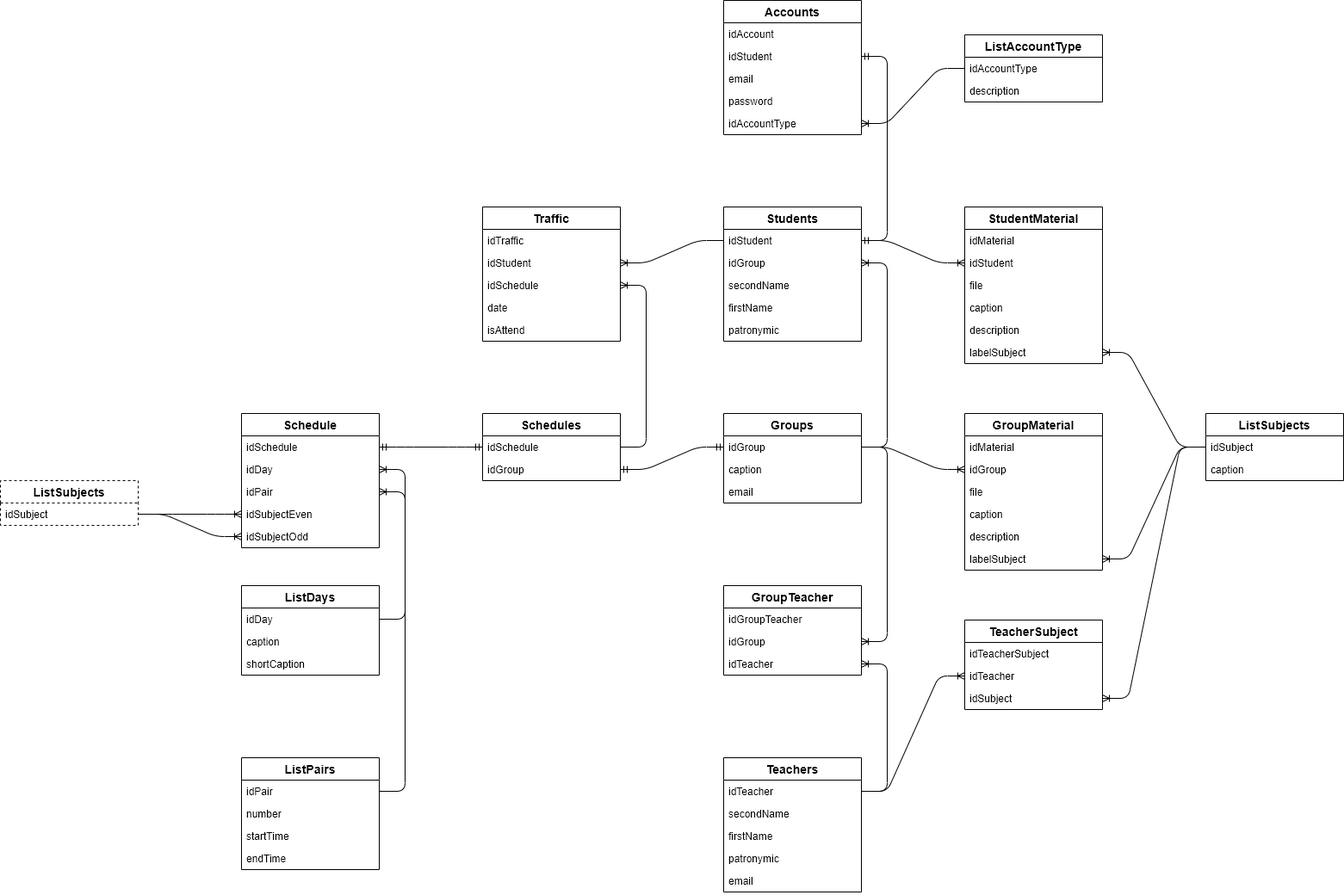
Crutches-Bicycles/StudyHelper keeps this draw.io diagram as documentation/database/media/database_logic_scheme_1.png. Above is the earlier version. Source tidied: cells renumbered, new cells last; positions are measured from the earlier drawing's top-left corner, leaving out a move shared by most shapes.
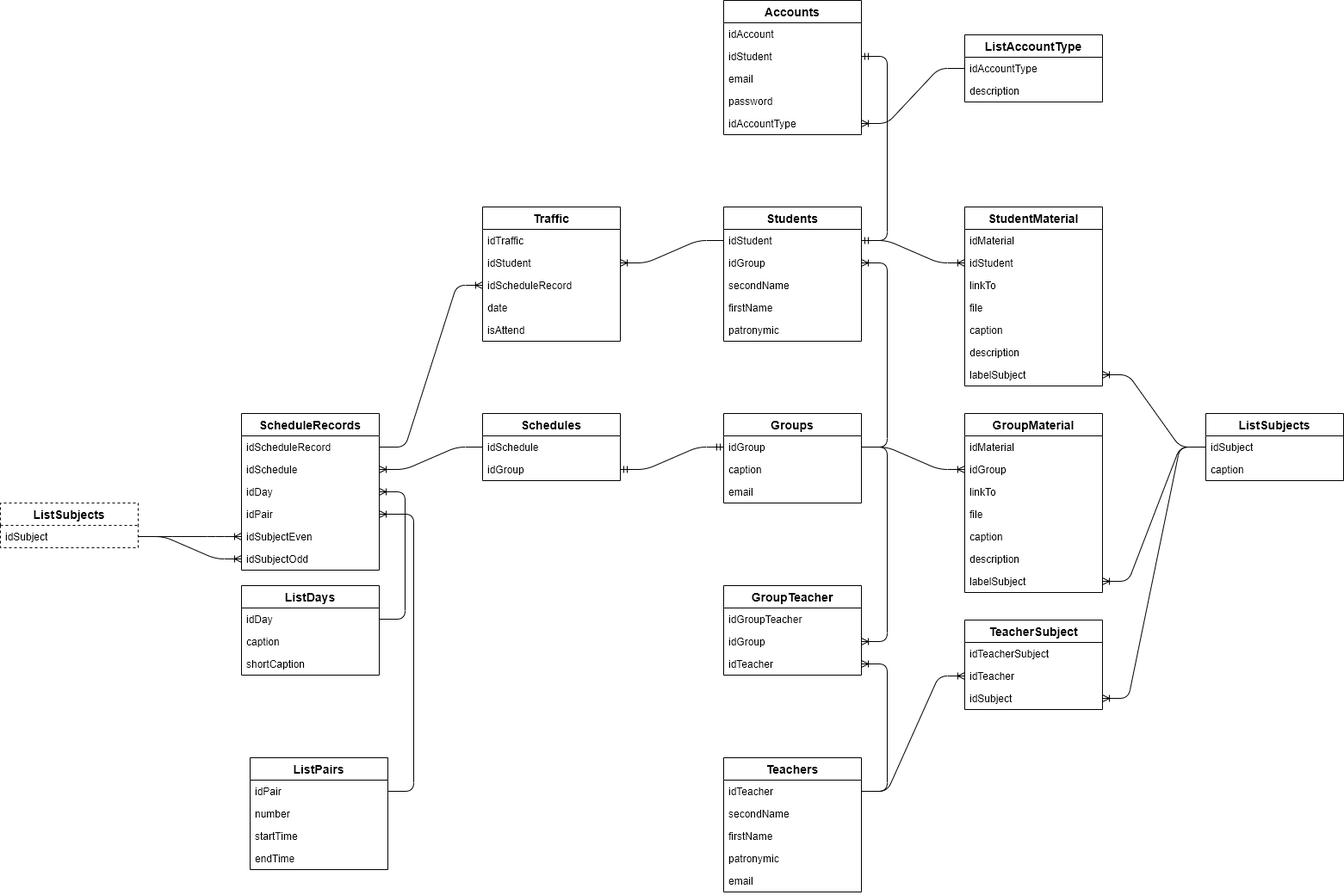
After the change.

The edit, as a diff of the source:
```diff
@@ -44,9 +44,6 @@
     <mxCell id="15" style="edgeStyle=entityRelationEdgeStyle;fontSize=12;html=1;endArrow=ERoneToMany;" parent="1" edge="1" source="91" target="85">
       <mxGeometry relative="1" as="geometry" />
     </mxCell>
-    <mxCell id="16" style="edgeStyle=entityRelationEdgeStyle;fontSize=12;html=1;endArrow=ERmandOne;startArrow=ERmandOne;" parent="1" edge="1" source="81" target="78">
-      <mxGeometry relative="1" as="geometry" />
-    </mxCell>
     <mxCell id="17" style="edgeStyle=entityRelationEdgeStyle;fontSize=12;html=1;endArrow=ERoneToMany;" parent="1" edge="1" source="87" target="82">
       <mxGeometry relative="1" as="geometry" />
     </mxCell>
@@ -74,7 +71,7 @@
     <mxCell id="25" style="edgeStyle=entityRelationEdgeStyle;fontSize=12;html=1;endArrow=ERoneToMany;" parent="1" edge="1" source="20" target="73">
       <mxGeometry relative="1" as="geometry" />
     </mxCell>
-    <mxCell id="26" style="edgeStyle=entityRelationEdgeStyle;fontSize=12;html=1;endArrow=ERoneToMany;" parent="1" edge="1" source="78" target="74">
+    <mxCell id="26" style="edgeStyle=entityRelationEdgeStyle;fontSize=12;html=1;endArrow=ERoneToMany;" parent="1" edge="1" source="99" target="74">
       <mxGeometry relative="1" as="geometry" />
     </mxCell>
     <mxCell id="27" value="ListAccountType" style="swimlane;fontStyle=1;horizontal=1;startSize=26;align=center;fontSize=14;" parent="1" vertex="1">
@@ -87,7 +84,7 @@
       <mxGeometry y="52" width="160" height="26" as="geometry" />
     </mxCell>
     <mxCell id="30" value="StudentMaterial" style="swimlane;fontStyle=1;horizontal=1;startSize=26;align=center;fontSize=14;" parent="1" vertex="1">
-      <mxGeometry x="1120" y="240" width="160" height="182" as="geometry" />
+      <mxGeometry x="1120" y="240" width="160" height="208" as="geometry" />
     </mxCell>
     <mxCell id="31" value="idMaterial" style="text;strokeColor=none;fillColor=none;spacingLeft=4;spacingRight=4;overflow=hidden;fontSize=12;" parent="30" vertex="1">
       <mxGeometry y="26" width="160" height="26" as="geometry" />
@@ -95,20 +92,23 @@
     <mxCell id="32" value="idStudent" style="text;strokeColor=none;fillColor=none;spacingLeft=4;spacingRight=4;overflow=hidden;points=[[0,0.5],[1,0.5]];portConstraint=eastwest;fontSize=12;" parent="30" vertex="1">
       <mxGeometry y="52" width="160" height="26" as="geometry" />
     </mxCell>
+    <mxCell id="97" value="linkTo" style="text;strokeColor=none;fillColor=none;spacingLeft=4;spacingRight=4;overflow=hidden;fontSize=12;" parent="30" vertex="1">
+      <mxGeometry y="78" width="160" height="26" as="geometry" />
+    </mxCell>
     <mxCell id="33" value="file" style="text;strokeColor=none;fillColor=none;spacingLeft=4;spacingRight=4;overflow=hidden;fontSize=12;" parent="30" vertex="1">
-      <mxGeometry y="78" width="160" height="26" as="geometry" />
+      <mxGeometry y="104" width="160" height="26" as="geometry" />
     </mxCell>
     <mxCell id="34" value="caption" style="text;strokeColor=none;fillColor=none;spacingLeft=4;spacingRight=4;overflow=hidden;fontSize=12;" parent="30" vertex="1">
-      <mxGeometry y="104" width="160" height="26" as="geometry" />
+      <mxGeometry y="130" width="160" height="26" as="geometry" />
     </mxCell>
     <mxCell id="35" value="description" style="text;strokeColor=none;fillColor=none;spacingLeft=4;spacingRight=4;overflow=hidden;fontSize=12;" parent="30" vertex="1">
-      <mxGeometry y="130" width="160" height="26" as="geometry" />
+      <mxGeometry y="156" width="160" height="26" as="geometry" />
     </mxCell>
     <mxCell id="36" value="labelSubject" style="text;strokeColor=none;fillColor=none;spacingLeft=4;spacingRight=4;overflow=hidden;points=[[0,0.5],[1,0.5]];portConstraint=eastwest;fontSize=12;" parent="30" vertex="1">
-      <mxGeometry y="156" width="160" height="26" as="geometry" />
+      <mxGeometry y="182" width="160" height="26" as="geometry" />
     </mxCell>
     <mxCell id="37" value="GroupMaterial" style="swimlane;fontStyle=1;horizontal=1;startSize=26;align=center;fontSize=14;" parent="1" vertex="1">
-      <mxGeometry x="1120" y="480" width="160" height="182" as="geometry" />
+      <mxGeometry x="1120" y="480" width="160" height="208" as="geometry" />
     </mxCell>
     <mxCell id="38" value="idMaterial" style="text;strokeColor=none;fillColor=none;spacingLeft=4;spacingRight=4;overflow=hidden;fontSize=12;" parent="37" vertex="1">
       <mxGeometry y="26" width="160" height="26" as="geometry" />
@@ -116,17 +116,20 @@
     <mxCell id="39" value="idGroup" style="text;strokeColor=none;fillColor=none;spacingLeft=4;spacingRight=4;overflow=hidden;points=[[0,0.5],[1,0.5]];portConstraint=eastwest;fontSize=12;" parent="37" vertex="1">
       <mxGeometry y="52" width="160" height="26" as="geometry" />
     </mxCell>
+    <mxCell id="98" value="linkTo" style="text;strokeColor=none;fillColor=none;spacingLeft=4;spacingRight=4;overflow=hidden;fontSize=12;" parent="37" vertex="1">
+      <mxGeometry y="78" width="160" height="26" as="geometry" />
+    </mxCell>
     <mxCell id="40" value="file" style="text;strokeColor=none;fillColor=none;spacingLeft=4;spacingRight=4;overflow=hidden;fontSize=12;" parent="37" vertex="1">
-      <mxGeometry y="78" width="160" height="26" as="geometry" />
+      <mxGeometry y="104" width="160" height="26" as="geometry" />
     </mxCell>
     <mxCell id="41" value="caption" style="text;strokeColor=none;fillColor=none;spacingLeft=4;spacingRight=4;overflow=hidden;fontSize=12;" parent="37" vertex="1">
-      <mxGeometry y="104" width="160" height="26" as="geometry" />
+      <mxGeometry y="130" width="160" height="26" as="geometry" />
     </mxCell>
     <mxCell id="42" value="description" style="text;strokeColor=none;fillColor=none;spacingLeft=4;spacingRight=4;overflow=hidden;fontSize=12;" parent="37" vertex="1">
-      <mxGeometry y="130" width="160" height="26" as="geometry" />
+      <mxGeometry y="156" width="160" height="26" as="geometry" />
     </mxCell>
     <mxCell id="43" value="labelSubject" style="text;strokeColor=none;fillColor=none;spacingLeft=4;spacingRight=4;overflow=hidden;points=[[0,0.5],[1,0.5]];portConstraint=eastwest;fontSize=12;" parent="37" vertex="1">
-      <mxGeometry y="156" width="160" height="26" as="geometry" />
+      <mxGeometry y="182" width="160" height="26" as="geometry" />
     </mxCell>
     <mxCell id="44" value="ListSubjects" style="swimlane;fontStyle=1;horizontal=1;startSize=26;align=center;fontSize=14;" parent="1" vertex="1">
       <mxGeometry x="1400" y="480" width="160" height="78" as="geometry" />
@@ -218,7 +221,7 @@
     <mxCell id="73" value="idStudent" style="text;strokeColor=none;fillColor=none;spacingLeft=4;spacingRight=4;overflow=hidden;points=[[0,0.5],[1,0.5]];portConstraint=eastwest;fontSize=12;" parent="71" vertex="1">
       <mxGeometry y="52" width="160" height="26" as="geometry" />
     </mxCell>
-    <mxCell id="74" value="idSchedule" style="text;strokeColor=none;fillColor=none;spacingLeft=4;spacingRight=4;overflow=hidden;points=[[0,0.5],[1,0.5]];portConstraint=eastwest;fontSize=12;" parent="71" vertex="1">
+    <mxCell id="74" value="idScheduleRecord" style="text;strokeColor=none;fillColor=none;spacingLeft=4;spacingRight=4;overflow=hidden;points=[[0,0.5],[1,0.5]];portConstraint=eastwest;fontSize=12;" parent="71" vertex="1">
       <mxGeometry y="78" width="160" height="26" as="geometry" />
     </mxCell>
     <mxCell id="75" value="date" style="text;strokeColor=none;fillColor=none;spacingLeft=4;spacingRight=4;overflow=hidden;fontSize=12;" parent="71" vertex="1">
@@ -236,23 +239,26 @@
     <mxCell id="79" value="idGroup" style="text;strokeColor=none;fillColor=none;spacingLeft=4;spacingRight=4;overflow=hidden;points=[[0,0.5],[1,0.5]];portConstraint=eastwest;fontSize=12;" parent="77" vertex="1">
       <mxGeometry y="52" width="160" height="26" as="geometry" />
     </mxCell>
-    <mxCell id="80" value="Schedule" style="swimlane;fontStyle=1;horizontal=1;startSize=26;align=center;fontSize=14;" parent="1" vertex="1">
-      <mxGeometry x="280" y="480" width="160" height="156" as="geometry" />
+    <mxCell id="80" value="ScheduleRecords" style="swimlane;fontStyle=1;horizontal=1;startSize=26;align=center;fontSize=14;" parent="1" vertex="1">
+      <mxGeometry x="280" y="480" width="160" height="182" as="geometry" />
     </mxCell>
+    <mxCell id="99" value="idScheduleRecord" style="text;strokeColor=none;fillColor=none;spacingLeft=4;spacingRight=4;overflow=hidden;points=[[0,0.5],[1,0.5]];portConstraint=eastwest;fontSize=12;" parent="80" vertex="1">
+      <mxGeometry y="26" width="160" height="26" as="geometry" />
+    </mxCell>
     <mxCell id="81" value="idSchedule" style="text;strokeColor=none;fillColor=none;spacingLeft=4;spacingRight=4;overflow=hidden;points=[[0,0.5],[1,0.5]];portConstraint=eastwest;fontSize=12;" parent="80" vertex="1">
-      <mxGeometry y="26" width="160" height="26" as="geometry" />
+      <mxGeometry y="52" width="160" height="26" as="geometry" />
     </mxCell>
     <mxCell id="82" value="idDay" style="text;strokeColor=none;fillColor=none;spacingLeft=4;spacingRight=4;overflow=hidden;points=[[0,0.5],[1,0.5]];portConstraint=eastwest;fontSize=12;" parent="80" vertex="1">
-      <mxGeometry y="52" width="160" height="26" as="geometry" />
+      <mxGeometry y="78" width="160" height="26" as="geometry" />
     </mxCell>
     <mxCell id="83" value="idPair" style="text;strokeColor=none;fillColor=none;spacingLeft=4;spacingRight=4;overflow=hidden;points=[[0,0.5],[1,0.5]];portConstraint=eastwest;fontSize=12;" parent="80" vertex="1">
-      <mxGeometry y="78" width="160" height="26" as="geometry" />
+      <mxGeometry y="104" width="160" height="26" as="geometry" />
     </mxCell>
     <mxCell id="84" value="idSubjectEven" style="text;strokeColor=none;fillColor=none;spacingLeft=4;spacingRight=4;overflow=hidden;points=[[0,0.5],[1,0.5]];portConstraint=eastwest;fontSize=12;" parent="80" vertex="1">
-      <mxGeometry y="104" width="160" height="26" as="geometry" />
+      <mxGeometry y="130" width="160" height="26" as="geometry" />
     </mxCell>
     <mxCell id="85" value="idSubjectOdd" style="text;strokeColor=none;fillColor=none;spacingLeft=4;spacingRight=4;overflow=hidden;points=[[0,0.5],[1,0.5]];portConstraint=eastwest;fontSize=12;" parent="80" vertex="1">
-      <mxGeometry y="130" width="160" height="26" as="geometry" />
+      <mxGeometry y="156" width="160" height="26" as="geometry" />
     </mxCell>
     <mxCell id="86" value="ListDays" style="swimlane;fontStyle=1;horizontal=1;startSize=26;align=center;fontSize=14;" parent="1" vertex="1">
       <mxGeometry x="280" y="680" width="160" height="104" as="geometry" />
@@ -266,14 +272,17 @@
     <mxCell id="89" value="shortCaption" style="text;strokeColor=none;fillColor=none;spacingLeft=4;spacingRight=4;overflow=hidden;fontSize=12;" parent="86" vertex="1">
       <mxGeometry y="78" width="160" height="26" as="geometry" />
     </mxCell>
+    <mxCell id="100" style="edgeStyle=entityRelationEdgeStyle;fontSize=12;html=1;endArrow=ERoneToMany;" parent="1" edge="1" source="78" target="81">
+      <mxGeometry relative="1" as="geometry" />
+    </mxCell>
     <mxCell id="90" value="ListSubjects" style="swimlane;fontStyle=1;horizontal=1;startSize=26;align=center;fontSize=14;dashed=1;" parent="1" vertex="1">
-      <mxGeometry y="558" width="160" height="52" as="geometry" />
+      <mxGeometry y="584" width="160" height="52" as="geometry" />
     </mxCell>
     <mxCell id="91" value="idSubject" style="text;strokeColor=none;fillColor=none;spacingLeft=4;spacingRight=4;overflow=hidden;points=[[0,0.5],[1,0.5]];portConstraint=eastwest;fontSize=12;" parent="90" vertex="1">
       <mxGeometry y="26" width="160" height="26" as="geometry" />
     </mxCell>
     <mxCell id="92" value="ListPairs" style="swimlane;fontStyle=1;horizontal=1;startSize=26;align=center;fontSize=14;" parent="1" vertex="1">
-      <mxGeometry x="280" y="880" width="160" height="130" as="geometry" />
+      <mxGeometry x="290" y="880" width="160" height="130" as="geometry" />
     </mxCell>
     <mxCell id="93" value="idPair" style="text;strokeColor=none;fillColor=none;spacingLeft=4;spacingRight=4;overflow=hidden;points=[[0,0.5],[1,0.5]];portConstraint=eastwest;fontSize=12;" parent="92" vertex="1">
       <mxGeometry y="26" width="160" height="26" as="geometry" />
```
